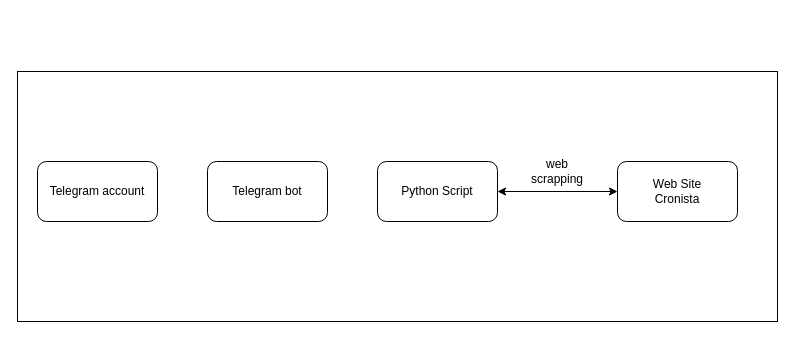
Before: Cotizacion dolar diagrama.drawio in despinola91/cotizacion_dolar, a draw.io diagram. Source tidied: cells renumbered, new cells numbered last; positions are measured from the earlier drawing's top-left corner, leaving out a move shared by most shapes. Both pictures are drawn from the tidied source at 100%, with x=0, y=0 at pixel (17, 71).
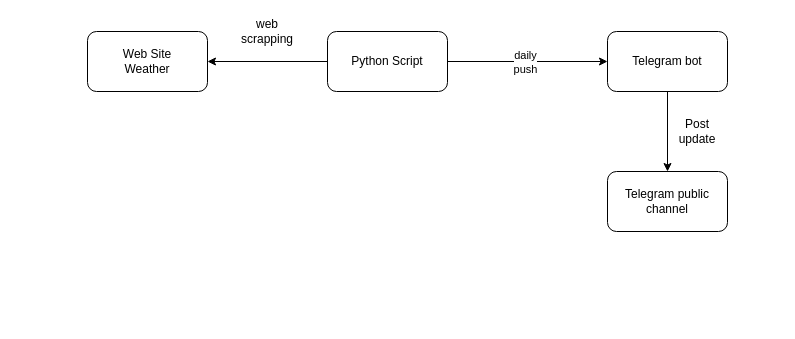
Above is the later version.

What changed in the source:
```diff
@@
 <mxGraphModel>
   <root>
     <mxCell id="0" />
     <mxCell id="1" parent="0" />
-    <mxCell id="2" style="rounded=0;whiteSpace=wrap;html=1;" parent="1" vertex="1">
-      <mxGeometry width="760" height="250" as="geometry" />
-    </mxCell>
     <mxCell id="3" value="Telegram bot" style="rounded=1;whiteSpace=wrap;html=1;" parent="1" vertex="1">
-      <mxGeometry x="190" y="90" width="120" height="60" as="geometry" />
+      <mxGeometry x="590" y="-40" width="120" height="60" as="geometry" />
     </mxCell>
     <mxCell id="4" value="Python Script" style="rounded=1;whiteSpace=wrap;html=1;" parent="1" vertex="1">
-      <mxGeometry x="360" y="90" width="120" height="60" as="geometry" />
+      <mxGeometry x="310" y="-40" width="120" height="60" as="geometry" />
     </mxCell>
-    <mxCell id="5" value="Web Site &lt;br&gt;Cronista" style="rounded=1;whiteSpace=wrap;html=1;" parent="1" vertex="1">
-      <mxGeometry x="600" y="90" width="120" height="60" as="geometry" />
+    <mxCell id="5" value="Web Site &lt;br&gt;Weather" style="rounded=1;whiteSpace=wrap;html=1;" parent="1" vertex="1">
+      <mxGeometry x="70" y="-40" width="120" height="60" as="geometry" />
     </mxCell>
-    <mxCell id="6" value="Telegram account" style="rounded=1;whiteSpace=wrap;html=1;" parent="1" vertex="1">
-      <mxGeometry x="20" y="90" width="120" height="60" as="geometry" />
+    <mxCell id="6" value="Telegram public channel" style="rounded=1;whiteSpace=wrap;html=1;" parent="1" vertex="1">
+      <mxGeometry x="590" y="100" width="120" height="60" as="geometry" />
     </mxCell>
+    <mxCell id="8" value="web scrapping" style="text;html=1;strokeColor=none;fillColor=none;align=center;verticalAlign=middle;whiteSpace=wrap;rounded=0;" parent="1" vertex="1">
+      <mxGeometry x="230" y="-50" width="40" height="20" as="geometry" />
+    </mxCell>
+    <mxCell id="9" style="endArrow=classic;html=1;entryX=0;entryY=0.5;entryDx=0;entryDy=0;" parent="1" edge="1" target="3">
+      <mxGeometry relative="1" as="geometry">
+        <mxPoint x="430" y="-10" as="sourcePoint" />
+      </mxGeometry>
+    </mxCell>
+    <mxCell id="10" value="daily &lt;br&gt;push" style="edgeLabel;html=1;align=center;verticalAlign=middle;" parent="9" vertex="1">
+      <mxGeometry relative="1" as="geometry">
+        <mxPoint x="-3" y="0.5" as="offset" />
+      </mxGeometry>
+    </mxCell>
+    <mxCell id="11" style="endArrow=classic;html=1;exitX=0.5;exitY=1;exitDx=0;exitDy=0;entryX=0.5;entryY=0;entryDx=0;entryDy=0;" parent="1" edge="1" source="3" target="6">
+      <mxGeometry relative="1" as="geometry" />
+    </mxCell>
+    <mxCell id="12" value="Post update" style="text;html=1;strokeColor=none;fillColor=none;align=center;verticalAlign=middle;whiteSpace=wrap;rounded=0;" parent="1" vertex="1">
+      <mxGeometry x="660" y="50" width="40" height="20" as="geometry" />
+    </mxCell>
-    <mxCell id="7" style="endArrow=classic;startArrow=classic;html=1;exitX=1;exitY=0.5;exitDx=0;exitDy=0;entryX=0;entryY=0.5;entryDx=0;entryDy=0;" parent="1" edge="1" source="4" target="5">
+    <mxCell id="7" style="endArrow=classic;html=1;entryX=1;entryY=0.5;entryDx=0;entryDy=0;exitX=0;exitY=0.5;exitDx=0;exitDy=0;" parent="1" edge="1" source="4" target="5">
       <mxGeometry relative="1" as="geometry" />
     </mxCell>
-    <mxCell id="8" value="web scrapping" style="text;html=1;strokeColor=none;fillColor=none;align=center;verticalAlign=middle;whiteSpace=wrap;rounded=0;" parent="1" vertex="1">
-      <mxGeometry x="520" y="90" width="40" height="20" as="geometry" />
-    </mxCell>
   </root>
 </mxGraphModel>
```
